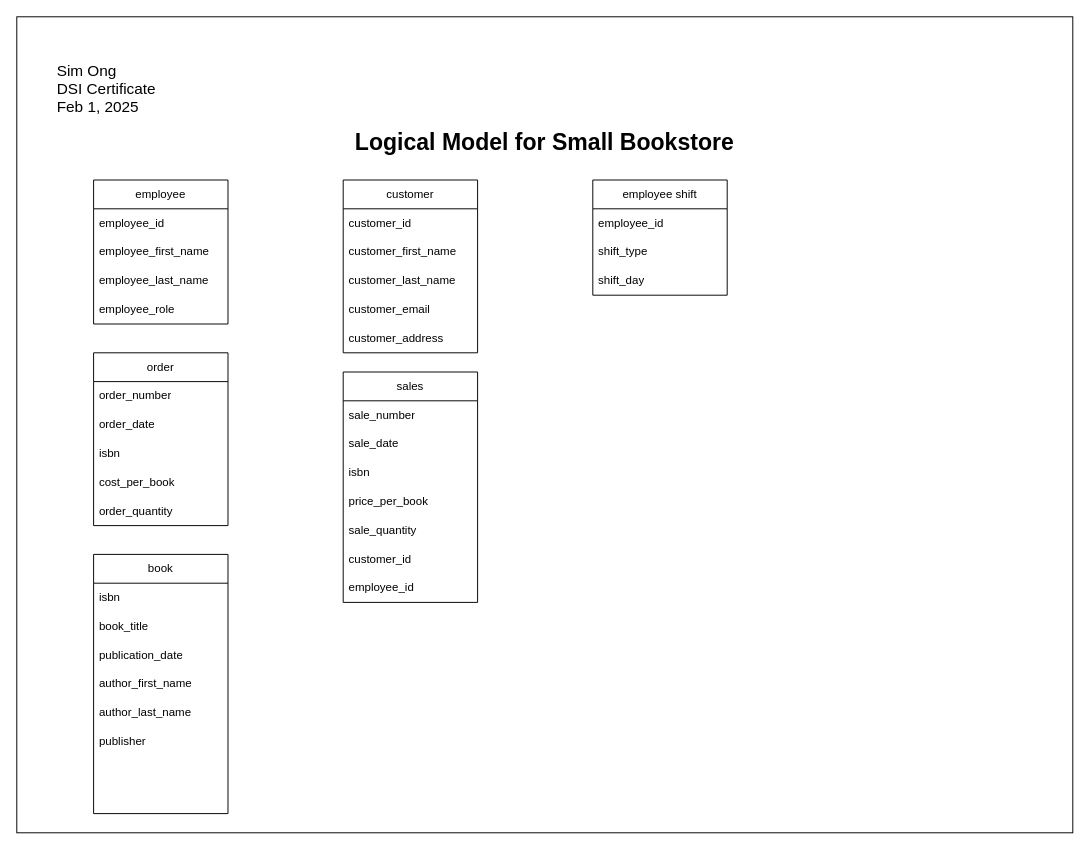
Earlier version of the draw.io diagram 02_activities/assignments/Assignment 2.drawio (simile-ong/sql). Source tidied: cells renumbered, new cells numbered last; positions are measured from the earlier drawing's top-left corner, leaving out a move shared by most shapes. Both pictures are drawn from the tidied source at 96%, with x=0, y=0 at pixel (16, 16).
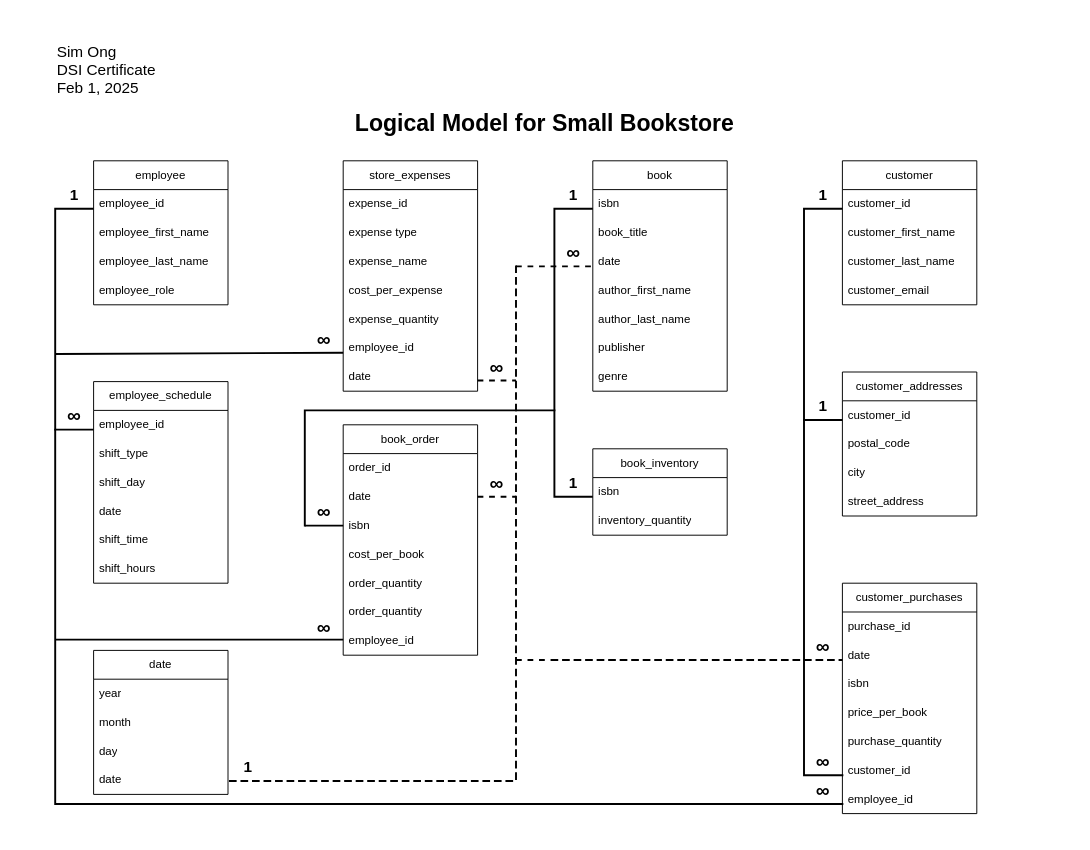
After the change.

What changed in the source:
```diff
@@
     <mxCell id="2" value="&lt;h1 style=&quot;margin-top: 0px;&quot;&gt;Logical Model for Small Bookstore&lt;/h1&gt;" style="text;html=1;whiteSpace=wrap;overflow=hidden;rounded=0;align=center;" parent="1" vertex="1">
-      <mxGeometry x="315" y="110" width="470" height="50" as="geometry" />
+      <mxGeometry x="315" y="90" width="470" height="50" as="geometry" />
     </mxCell>
     <mxCell id="3" value="&lt;font style=&quot;font-size: 16px;&quot;&gt;Sim Ong&lt;/font&gt;&lt;div&gt;&lt;font style=&quot;font-size: 16px;&quot;&gt;DSI Certificate&lt;/font&gt;&lt;/div&gt;&lt;div&gt;&lt;font style=&quot;font-size: 16px;&quot;&gt;Feb 1, 2025&lt;/font&gt;&lt;/div&gt;" style="text;html=1;align=left;verticalAlign=middle;whiteSpace=wrap;rounded=0;" parent="1" vertex="1">
-      <mxGeometry x="40" y="40" width="180" height="70" as="geometry" />
+      <mxGeometry x="40" y="20" width="180" height="70" as="geometry" />
     </mxCell>
     <mxCell id="4" value="employee" style="swimlane;fontStyle=0;horizontal=1;startSize=30;whiteSpace=wrap;html=1;" parent="1" vertex="1">
-      <mxGeometry x="80" y="170" width="140" height="150" as="geometry" />
+      <mxGeometry x="80" y="150" width="140" height="150" as="geometry" />
     </mxCell>
@@
     <mxCell id="9" value="customer" style="swimlane;fontStyle=0;horizontal=1;startSize=30;whiteSpace=wrap;html=1;" parent="1" vertex="1">
-      <mxGeometry x="340" y="170" width="140" height="180" as="geometry" />
+      <mxGeometry x="860" y="150" width="140" height="150" as="geometry" />
     </mxCell>
@@
-    <mxCell id="14" value="customer_address" style="text;strokeColor=none;fillColor=none;align=left;verticalAlign=middle;spacingLeft=4;spacingRight=4;overflow=hidden;whiteSpace=wrap;html=1;" parent="9" vertex="1">
-      <mxGeometry y="150" width="140" height="30" as="geometry" />
-    </mxCell>
-    <mxCell id="15" value="order" style="swimlane;fontStyle=0;horizontal=1;startSize=30;whiteSpace=wrap;html=1;" parent="1" vertex="1">
-      <mxGeometry x="80" y="350" width="140" height="180" as="geometry" />
+    <mxCell id="15" value="book_order" style="swimlane;fontStyle=0;horizontal=1;startSize=30;whiteSpace=wrap;html=1;" parent="1" vertex="1">
+      <mxGeometry x="340" y="425" width="140" height="240" as="geometry" />
     </mxCell>
-    <mxCell id="16" value="order_number" style="text;strokeColor=none;fillColor=none;align=left;verticalAlign=middle;spacingLeft=4;spacingRight=4;overflow=hidden;whiteSpace=wrap;html=1;" parent="15" vertex="1">
+    <mxCell id="16" value="order_id" style="text;strokeColor=none;fillColor=none;align=left;verticalAlign=middle;spacingLeft=4;spacingRight=4;overflow=hidden;whiteSpace=wrap;html=1;" parent="15" vertex="1">
       <mxGeometry y="30" width="140" height="30" as="geometry" />
     </mxCell>
-    <mxCell id="17" value="order_date" style="text;strokeColor=none;fillColor=none;align=left;verticalAlign=middle;spacingLeft=4;spacingRight=4;overflow=hidden;whiteSpace=wrap;html=1;" parent="15" vertex="1">
+    <mxCell id="17" value="date" style="text;strokeColor=none;fillColor=none;align=left;verticalAlign=middle;spacingLeft=4;spacingRight=4;overflow=hidden;whiteSpace=wrap;html=1;" parent="15" vertex="1">
       <mxGeometry y="60" width="140" height="30" as="geometry" />
     </mxCell>
@@
+    <mxCell id="43" value="order_quantity" style="text;strokeColor=none;fillColor=none;align=left;verticalAlign=middle;spacingLeft=4;spacingRight=4;overflow=hidden;whiteSpace=wrap;html=1;" parent="15" vertex="1">
+      <mxGeometry y="180" width="140" height="30" as="geometry" />
+    </mxCell>
+    <mxCell id="44" value="employee_id" style="text;strokeColor=none;fillColor=none;align=left;verticalAlign=middle;spacingLeft=4;spacingRight=4;overflow=hidden;whiteSpace=wrap;html=1;" parent="15" vertex="1">
+      <mxGeometry y="210" width="140" height="30" as="geometry" />
+    </mxCell>
     <mxCell id="21" value="book" style="swimlane;fontStyle=0;horizontal=1;startSize=30;whiteSpace=wrap;html=1;" parent="1" vertex="1">
-      <mxGeometry x="80" y="560" width="140" height="270" as="geometry" />
+      <mxGeometry x="600" y="150" width="140" height="240" as="geometry" />
     </mxCell>
@@
-    <mxCell id="24" value="publication_date" style="text;strokeColor=none;fillColor=none;align=left;verticalAlign=middle;spacingLeft=4;spacingRight=4;overflow=hidden;whiteSpace=wrap;html=1;" parent="21" vertex="1">
+    <mxCell id="24" value="date" style="text;strokeColor=none;fillColor=none;align=left;verticalAlign=middle;spacingLeft=4;spacingRight=4;overflow=hidden;whiteSpace=wrap;html=1;" parent="21" vertex="1">
       <mxGeometry y="90" width="140" height="30" as="geometry" />
     </mxCell>
@@
-    <mxCell id="28" style="text;strokeColor=none;fillColor=none;align=left;verticalAlign=middle;spacingLeft=4;spacingRight=4;overflow=hidden;whiteSpace=wrap;html=1;" parent="21" vertex="1">
-      <mxGeometry y="210" width="140" height="30" as="geometry" />
-    </mxCell>
-    <mxCell id="29" style="text;strokeColor=none;fillColor=none;align=left;verticalAlign=middle;spacingLeft=4;spacingRight=4;overflow=hidden;whiteSpace=wrap;html=1;" parent="21" vertex="1">
-      <mxGeometry y="240" width="140" height="30" as="geometry" />
-    </mxCell>
+    <mxCell id="45" value="genre" style="text;strokeColor=none;fillColor=none;align=left;verticalAlign=middle;spacingLeft=4;spacingRight=4;overflow=hidden;whiteSpace=wrap;html=1;" parent="21" vertex="1">
+      <mxGeometry y="210" width="140" height="30" as="geometry" />
+    </mxCell>
-    <mxCell id="30" value="sales" style="swimlane;fontStyle=0;horizontal=1;startSize=30;whiteSpace=wrap;html=1;" parent="1" vertex="1">
-      <mxGeometry x="340" y="370" width="140" height="240" as="geometry" />
+    <mxCell id="30" value="customer_purchases" style="swimlane;fontStyle=0;horizontal=1;startSize=30;whiteSpace=wrap;html=1;" parent="1" vertex="1">
+      <mxGeometry x="860" y="590" width="140" height="240" as="geometry" />
     </mxCell>
-    <mxCell id="31" value="sale_number" style="text;strokeColor=none;fillColor=none;align=left;verticalAlign=middle;spacingLeft=4;spacingRight=4;overflow=hidden;whiteSpace=wrap;html=1;" parent="30" vertex="1">
+    <mxCell id="31" value="purchase_id" style="text;strokeColor=none;fillColor=none;align=left;verticalAlign=middle;spacingLeft=4;spacingRight=4;overflow=hidden;whiteSpace=wrap;html=1;" parent="30" vertex="1">
       <mxGeometry y="30" width="140" height="30" as="geometry" />
     </mxCell>
-    <mxCell id="32" value="sale_date" style="text;strokeColor=none;fillColor=none;align=left;verticalAlign=middle;spacingLeft=4;spacingRight=4;overflow=hidden;whiteSpace=wrap;html=1;" parent="30" vertex="1">
+    <mxCell id="32" value="date" style="text;strokeColor=none;fillColor=none;align=left;verticalAlign=middle;spacingLeft=4;spacingRight=4;overflow=hidden;whiteSpace=wrap;html=1;" parent="30" vertex="1">
       <mxGeometry y="60" width="140" height="30" as="geometry" />
     </mxCell>
@@
-    <mxCell id="35" value="sale_quantity" style="text;strokeColor=none;fillColor=none;align=left;verticalAlign=middle;spacingLeft=4;spacingRight=4;overflow=hidden;whiteSpace=wrap;html=1;" parent="30" vertex="1">
+    <mxCell id="35" value="purchase_quantity" style="text;strokeColor=none;fillColor=none;align=left;verticalAlign=middle;spacingLeft=4;spacingRight=4;overflow=hidden;whiteSpace=wrap;html=1;" parent="30" vertex="1">
       <mxGeometry y="150" width="140" height="30" as="geometry" />
     </mxCell>
@@
-    <mxCell id="38" value="employee shift" style="swimlane;fontStyle=0;horizontal=1;startSize=30;whiteSpace=wrap;html=1;" parent="1" vertex="1">
-      <mxGeometry x="600" y="170" width="140" height="120" as="geometry" />
+    <mxCell id="38" value="employee_schedule" style="swimlane;fontStyle=0;horizontal=1;startSize=30;whiteSpace=wrap;html=1;" parent="1" vertex="1">
+      <mxGeometry x="80" y="380" width="140" height="210" as="geometry" />
     </mxCell>
@@
-    <mxCell id="42" style="rounded=0;whiteSpace=wrap;html=1;fillColor=none;" parent="1" vertex="1">
-      <mxGeometry width="1100" height="850" as="geometry" />
-    </mxCell>
+    <mxCell id="46" value="date" style="text;strokeColor=none;fillColor=none;align=left;verticalAlign=middle;spacingLeft=4;spacingRight=4;overflow=hidden;whiteSpace=wrap;html=1;" parent="38" vertex="1">
+      <mxGeometry y="120" width="140" height="30" as="geometry" />
+    </mxCell>
+    <mxCell id="47" value="shift_time" style="text;strokeColor=none;fillColor=none;align=left;verticalAlign=middle;spacingLeft=4;spacingRight=4;overflow=hidden;whiteSpace=wrap;html=1;" parent="38" vertex="1">
+      <mxGeometry y="150" width="140" height="30" as="geometry" />
+    </mxCell>
+    <mxCell id="48" value="shift_hours" style="text;strokeColor=none;fillColor=none;align=left;verticalAlign=middle;spacingLeft=4;spacingRight=4;overflow=hidden;whiteSpace=wrap;html=1;" parent="38" vertex="1">
+      <mxGeometry y="180" width="140" height="30" as="geometry" />
+    </mxCell>
+    <mxCell id="49" value="store_expenses" style="swimlane;fontStyle=0;horizontal=1;startSize=30;whiteSpace=wrap;html=1;" parent="1" vertex="1">
+      <mxGeometry x="340" y="150" width="140" height="240" as="geometry" />
+    </mxCell>
+    <mxCell id="50" value="expense_id" style="text;strokeColor=none;fillColor=none;align=left;verticalAlign=middle;spacingLeft=4;spacingRight=4;overflow=hidden;whiteSpace=wrap;html=1;" parent="49" vertex="1">
+      <mxGeometry y="30" width="140" height="30" as="geometry" />
+    </mxCell>
+    <mxCell id="51" value="expense type" style="text;strokeColor=none;fillColor=none;align=left;verticalAlign=middle;spacingLeft=4;spacingRight=4;overflow=hidden;whiteSpace=wrap;html=1;" parent="49" vertex="1">
+      <mxGeometry y="60" width="140" height="30" as="geometry" />
+    </mxCell>
+    <mxCell id="52" value="expense_name" style="text;strokeColor=none;fillColor=none;align=left;verticalAlign=middle;spacingLeft=4;spacingRight=4;overflow=hidden;whiteSpace=wrap;html=1;" parent="49" vertex="1">
+      <mxGeometry y="90" width="140" height="30" as="geometry" />
+    </mxCell>
+    <mxCell id="53" value="cost_per_expense" style="text;strokeColor=none;fillColor=none;align=left;verticalAlign=middle;spacingLeft=4;spacingRight=4;overflow=hidden;whiteSpace=wrap;html=1;" parent="49" vertex="1">
+      <mxGeometry y="120" width="140" height="30" as="geometry" />
+    </mxCell>
+    <mxCell id="54" value="expense_quantity" style="text;strokeColor=none;fillColor=none;align=left;verticalAlign=middle;spacingLeft=4;spacingRight=4;overflow=hidden;whiteSpace=wrap;html=1;" parent="49" vertex="1">
+      <mxGeometry y="150" width="140" height="30" as="geometry" />
+    </mxCell>
+    <mxCell id="55" value="employee_id" style="text;strokeColor=none;fillColor=none;align=left;verticalAlign=middle;spacingLeft=4;spacingRight=4;overflow=hidden;whiteSpace=wrap;html=1;" parent="49" vertex="1">
+      <mxGeometry y="180" width="140" height="30" as="geometry" />
+    </mxCell>
+    <mxCell id="56" value="date" style="text;strokeColor=none;fillColor=none;align=left;verticalAlign=middle;spacingLeft=4;spacingRight=4;overflow=hidden;whiteSpace=wrap;html=1;" parent="49" vertex="1">
+      <mxGeometry y="210" width="140" height="30" as="geometry" />
+    </mxCell>
+    <mxCell id="57" value="customer_addresses" style="swimlane;fontStyle=0;horizontal=1;startSize=30;whiteSpace=wrap;html=1;" parent="1" vertex="1">
+      <mxGeometry x="860" y="370" width="140" height="150" as="geometry" />
+    </mxCell>
+    <mxCell id="58" value="customer_id" style="text;strokeColor=none;fillColor=none;align=left;verticalAlign=middle;spacingLeft=4;spacingRight=4;overflow=hidden;whiteSpace=wrap;html=1;" parent="57" vertex="1">
+      <mxGeometry y="30" width="140" height="30" as="geometry" />
+    </mxCell>
+    <mxCell id="59" value="postal_code" style="text;strokeColor=none;fillColor=none;align=left;verticalAlign=middle;spacingLeft=4;spacingRight=4;overflow=hidden;whiteSpace=wrap;html=1;" parent="57" vertex="1">
+      <mxGeometry y="60" width="140" height="30" as="geometry" />
+    </mxCell>
+    <mxCell id="60" value="city" style="text;strokeColor=none;fillColor=none;align=left;verticalAlign=middle;spacingLeft=4;spacingRight=4;overflow=hidden;whiteSpace=wrap;html=1;" parent="57" vertex="1">
+      <mxGeometry y="90" width="140" height="30" as="geometry" />
+    </mxCell>
+    <mxCell id="61" value="street_address" style="text;strokeColor=none;fillColor=none;align=left;verticalAlign=middle;spacingLeft=4;spacingRight=4;overflow=hidden;whiteSpace=wrap;html=1;" parent="57" vertex="1">
+      <mxGeometry y="120" width="140" height="30" as="geometry" />
+    </mxCell>
+    <mxCell id="62" value="book_inventory" style="swimlane;fontStyle=0;horizontal=1;startSize=30;whiteSpace=wrap;html=1;" parent="1" vertex="1">
+      <mxGeometry x="600" y="450" width="140" height="90" as="geometry" />
+    </mxCell>
+    <mxCell id="63" value="isbn" style="text;strokeColor=none;fillColor=none;align=left;verticalAlign=middle;spacingLeft=4;spacingRight=4;overflow=hidden;whiteSpace=wrap;html=1;" parent="62" vertex="1">
+      <mxGeometry y="30" width="140" height="30" as="geometry" />
+    </mxCell>
+    <mxCell id="64" value="inventory_quantity" style="text;strokeColor=none;fillColor=none;align=left;verticalAlign=middle;spacingLeft=4;spacingRight=4;overflow=hidden;whiteSpace=wrap;html=1;" parent="62" vertex="1">
+      <mxGeometry y="60" width="140" height="30" as="geometry" />
+    </mxCell>
+    <mxCell id="65" style="strokeWidth=2;html=1;shape=mxgraph.flowchart.annotation_1;align=left;" parent="1" vertex="1">
+      <mxGeometry x="40" y="200" width="40" height="230" as="geometry" />
+    </mxCell>
+    <mxCell id="66" style="shape=partialRectangle;whiteSpace=wrap;html=1;bottom=0;right=0;fillColor=none;direction=north;strokeWidth=2;" parent="1" vertex="1">
+      <mxGeometry x="40" y="430" width="820" height="390" as="geometry" />
+    </mxCell>
+    <mxCell id="67" style="endArrow=none;html=1;rounded=0;strokeWidth=2;" parent="1" edge="1">
+      <mxGeometry relative="1" as="geometry">
+        <mxPoint x="40" y="648.8" as="sourcePoint" />
+        <mxPoint x="340" y="648.8" as="targetPoint" />
+      </mxGeometry>
+    </mxCell>
+    <mxCell id="68" style="endArrow=none;html=1;rounded=0;strokeWidth=2;" parent="1" edge="1">
+      <mxGeometry relative="1" as="geometry">
+        <mxPoint x="40" y="351.2" as="sourcePoint" />
+        <mxPoint x="340" y="350" as="targetPoint" />
+      </mxGeometry>
+    </mxCell>
+    <mxCell id="69" style="strokeWidth=2;html=1;shape=mxgraph.flowchart.annotation_1;align=left;" parent="1" vertex="1">
+      <mxGeometry x="820" y="200" width="40" height="220" as="geometry" />
+    </mxCell>
+    <mxCell id="70" style="shape=partialRectangle;whiteSpace=wrap;html=1;bottom=0;right=0;fillColor=none;direction=north;strokeWidth=2;" parent="1" vertex="1">
+      <mxGeometry x="820" y="420" width="40" height="370" as="geometry" />
+    </mxCell>
+    <mxCell id="71" style="strokeWidth=2;html=1;shape=mxgraph.flowchart.annotation_1;align=left;" parent="1" vertex="1">
+      <mxGeometry x="560" y="200" width="40" height="300" as="geometry" />
+    </mxCell>
+    <mxCell id="72" style="shape=partialRectangle;whiteSpace=wrap;html=1;top=0;left=0;fillColor=none;strokeWidth=2;direction=west;" parent="1" vertex="1">
+      <mxGeometry x="300" y="410" width="260" height="120" as="geometry" />
+    </mxCell>
+    <mxCell id="73" style="endArrow=none;html=1;rounded=0;strokeWidth=2;" parent="1" edge="1">
+      <mxGeometry relative="1" as="geometry">
+        <mxPoint x="300" y="530" as="sourcePoint" />
+        <mxPoint x="340" y="530" as="targetPoint" />
+      </mxGeometry>
+    </mxCell>
+    <mxCell id="74" value="&lt;b&gt;1&lt;/b&gt;" style="text;html=1;align=center;verticalAlign=middle;whiteSpace=wrap;rounded=0;fontSize=16;" parent="1" vertex="1">
+      <mxGeometry x="30" y="170" width="60" height="30" as="geometry" />
+    </mxCell>
+    <mxCell id="75" value="&lt;b&gt;1&lt;/b&gt;" style="text;html=1;align=center;verticalAlign=middle;whiteSpace=wrap;rounded=0;fontSize=16;" parent="1" vertex="1">
+      <mxGeometry x="550" y="170" width="60" height="30" as="geometry" />
+    </mxCell>
+    <mxCell id="76" value="&lt;b&gt;1&lt;/b&gt;" style="text;html=1;align=center;verticalAlign=middle;whiteSpace=wrap;rounded=0;fontSize=16;" parent="1" vertex="1">
+      <mxGeometry x="810" y="170" width="60" height="30" as="geometry" />
+    </mxCell>
+    <mxCell id="77" value="&lt;b&gt;1&lt;/b&gt;" style="text;html=1;align=center;verticalAlign=middle;whiteSpace=wrap;rounded=0;fontSize=16;" parent="1" vertex="1">
+      <mxGeometry x="810" y="390" width="60" height="30" as="geometry" />
+    </mxCell>
+    <mxCell id="78" value="&lt;b&gt;1&lt;/b&gt;" style="text;html=1;align=center;verticalAlign=middle;whiteSpace=wrap;rounded=0;fontSize=16;" parent="1" vertex="1">
+      <mxGeometry x="550" y="470" width="60" height="30" as="geometry" />
+    </mxCell>
+    <mxCell id="79" value="&lt;b&gt;∞&lt;/b&gt;" style="text;html=1;align=center;verticalAlign=middle;whiteSpace=wrap;rounded=0;fontSize=20;" parent="1" vertex="1">
+      <mxGeometry x="290" y="620" width="60" height="30" as="geometry" />
+    </mxCell>
+    <mxCell id="80" value="&lt;b&gt;∞&lt;/b&gt;" style="text;html=1;align=center;verticalAlign=middle;whiteSpace=wrap;rounded=0;fontSize=20;" parent="1" vertex="1">
+      <mxGeometry x="290" y="500" width="60" height="30" as="geometry" />
+    </mxCell>
+    <mxCell id="81" value="&lt;b&gt;∞&lt;/b&gt;" style="text;html=1;align=center;verticalAlign=middle;whiteSpace=wrap;rounded=0;fontSize=20;" parent="1" vertex="1">
+      <mxGeometry x="30" y="400" width="60" height="30" as="geometry" />
+    </mxCell>
+    <mxCell id="82" value="&lt;b&gt;∞&lt;/b&gt;" style="text;html=1;align=center;verticalAlign=middle;whiteSpace=wrap;rounded=0;fontSize=20;" parent="1" vertex="1">
+      <mxGeometry x="290" y="320" width="60" height="30" as="geometry" />
+    </mxCell>
+    <mxCell id="83" value="&lt;b&gt;∞&lt;/b&gt;" style="text;html=1;align=center;verticalAlign=middle;whiteSpace=wrap;rounded=0;fontSize=20;" parent="1" vertex="1">
+      <mxGeometry x="810" y="760" width="60" height="30" as="geometry" />
+    </mxCell>
+    <mxCell id="84" value="&lt;b&gt;∞&lt;/b&gt;" style="text;html=1;align=center;verticalAlign=middle;whiteSpace=wrap;rounded=0;fontSize=20;" parent="1" vertex="1">
+      <mxGeometry x="810" y="790" width="60" height="30" as="geometry" />
+    </mxCell>
+    <mxCell id="85" value="date" style="swimlane;fontStyle=0;horizontal=1;startSize=30;whiteSpace=wrap;html=1;" parent="1" vertex="1">
+      <mxGeometry x="80" y="660" width="140" height="150" as="geometry" />
+    </mxCell>
+    <mxCell id="86" value="year" style="text;strokeColor=none;fillColor=none;align=left;verticalAlign=middle;spacingLeft=4;spacingRight=4;overflow=hidden;whiteSpace=wrap;html=1;" parent="85" vertex="1">
+      <mxGeometry y="30" width="140" height="30" as="geometry" />
+    </mxCell>
+    <mxCell id="87" value="month" style="text;strokeColor=none;fillColor=none;align=left;verticalAlign=middle;spacingLeft=4;spacingRight=4;overflow=hidden;whiteSpace=wrap;html=1;" parent="85" vertex="1">
+      <mxGeometry y="60" width="140" height="30" as="geometry" />
+    </mxCell>
+    <mxCell id="88" value="day" style="text;strokeColor=none;fillColor=none;align=left;verticalAlign=middle;spacingLeft=4;spacingRight=4;overflow=hidden;whiteSpace=wrap;html=1;" parent="85" vertex="1">
+      <mxGeometry y="90" width="140" height="30" as="geometry" />
+    </mxCell>
+    <mxCell id="89" value="date" style="text;strokeColor=none;fillColor=none;align=left;verticalAlign=middle;spacingLeft=4;spacingRight=4;overflow=hidden;whiteSpace=wrap;html=1;" parent="85" vertex="1">
+      <mxGeometry y="120" width="140" height="30" as="geometry" />
+    </mxCell>
+    <mxCell id="90" style="shape=partialRectangle;whiteSpace=wrap;html=1;top=0;left=0;fillColor=none;strokeWidth=2;strokeColor=#000000;dashed=1;" parent="1" vertex="1">
+      <mxGeometry x="220" y="260" width="300" height="536" as="geometry" />
+    </mxCell>
+    <mxCell id="91" style="endArrow=none;dashed=1;html=1;rounded=0;strokeWidth=2;" parent="1" edge="1">
+      <mxGeometry relative="1" as="geometry">
+        <mxPoint x="480" y="500" as="sourcePoint" />
+        <mxPoint x="520" y="500" as="targetPoint" />
+      </mxGeometry>
+    </mxCell>
+    <mxCell id="92" style="endArrow=none;dashed=1;html=1;rounded=0;strokeWidth=2;" parent="1" edge="1">
+      <mxGeometry relative="1" as="geometry">
+        <mxPoint x="480" y="378.8" as="sourcePoint" />
+        <mxPoint x="520" y="378.8" as="targetPoint" />
+      </mxGeometry>
+    </mxCell>
+    <mxCell id="93" style="endArrow=none;dashed=1;html=1;rounded=0;strokeWidth=2;" parent="1" edge="1">
+      <mxGeometry relative="1" as="geometry">
+        <mxPoint x="520" y="670" as="sourcePoint" />
+        <mxPoint x="560" y="670" as="targetPoint" />
+        <Array as="points">
+          <mxPoint x="860" y="670" />
+        </Array>
+      </mxGeometry>
+    </mxCell>
+    <mxCell id="94" style="endArrow=none;dashed=1;html=1;rounded=0;strokeWidth=2;" parent="1" edge="1">
+      <mxGeometry relative="1" as="geometry">
+        <mxPoint x="520" y="260" as="sourcePoint" />
+        <mxPoint x="600" y="260" as="targetPoint" />
+      </mxGeometry>
+    </mxCell>
+    <mxCell id="95" value="&lt;b&gt;1&lt;/b&gt;" style="text;html=1;align=center;verticalAlign=middle;whiteSpace=wrap;rounded=0;fontSize=16;" parent="1" vertex="1">
+      <mxGeometry x="211" y="766" width="60" height="30" as="geometry" />
+    </mxCell>
+    <mxCell id="96" value="&lt;b&gt;∞&lt;/b&gt;" style="text;html=1;align=center;verticalAlign=middle;whiteSpace=wrap;rounded=0;fontSize=20;" parent="1" vertex="1">
+      <mxGeometry x="550" y="230" width="60" height="30" as="geometry" />
+    </mxCell>
+    <mxCell id="97" value="&lt;b&gt;∞&lt;/b&gt;" style="text;html=1;align=center;verticalAlign=middle;whiteSpace=wrap;rounded=0;fontSize=20;" parent="1" vertex="1">
+      <mxGeometry x="470" y="470" width="60" height="30" as="geometry" />
+    </mxCell>
+    <mxCell id="98" value="&lt;b&gt;∞&lt;/b&gt;" style="text;html=1;align=center;verticalAlign=middle;whiteSpace=wrap;rounded=0;fontSize=20;" parent="1" vertex="1">
+      <mxGeometry x="470" y="350" width="60" height="30" as="geometry" />
+    </mxCell>
+    <mxCell id="99" value="&lt;b&gt;∞&lt;/b&gt;" style="text;html=1;align=center;verticalAlign=middle;whiteSpace=wrap;rounded=0;fontSize=20;" parent="1" vertex="1">
+      <mxGeometry x="810" y="640" width="60" height="30" as="geometry" />
+    </mxCell>
```
